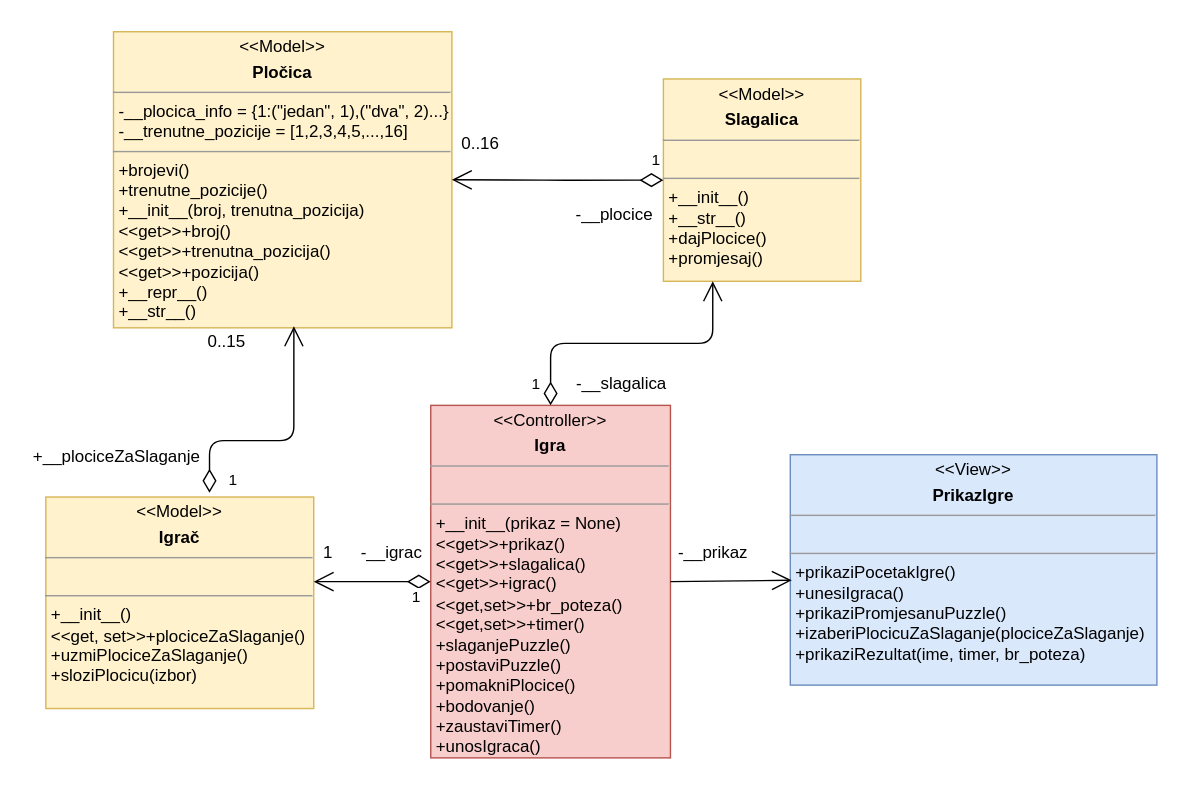
mmravak/Sliding-puzzle keeps this draw.io diagram as page "dijagramKlasaModelPogledKontroler" (7 of 9) of dijagram.drawio. Above is the earlier version. Source tidied: cells renumbered, new cells numbered last; positions are measured from the earlier drawing's top-left corner, leaving out a move shared by most shapes. Both pictures are drawn from the tidied source at 141%, with x=0, y=0 at pixel (24, 31).
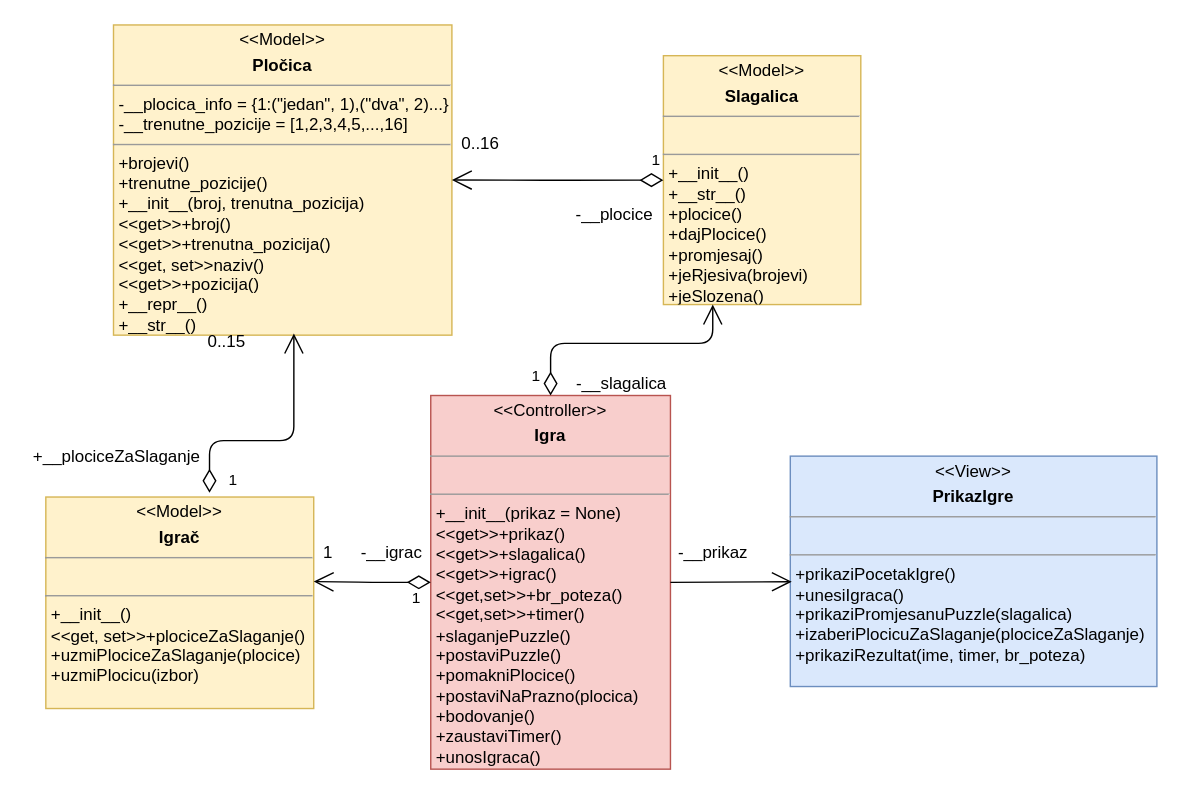
The same diagram, later.

Diff of the diagram source:
```diff
@@
-    <mxCell id="2" value="&lt;p style=&quot;margin: 0px ; margin-top: 4px ; text-align: center&quot;&gt;&amp;lt;&amp;lt;Model&amp;gt;&amp;gt;&lt;/p&gt;&lt;p style=&quot;margin: 0px ; margin-top: 4px ; text-align: center&quot;&gt;&lt;b&gt;Pločica&lt;/b&gt;&lt;/p&gt;&lt;hr size=&quot;1&quot;&gt;&lt;p style=&quot;margin: 0px ; margin-left: 4px&quot;&gt;-__plocica_info = {1:(&quot;jedan&quot;, 1),(&quot;dva&quot;, 2)...}&lt;/p&gt;&lt;p style=&quot;margin: 0px ; margin-left: 4px&quot;&gt;-__trenutne_pozicije = [1,2,3,4,5,...,16]&lt;/p&gt;&lt;hr size=&quot;1&quot;&gt;&lt;p style=&quot;margin: 0px ; margin-left: 4px&quot;&gt;+brojevi()&lt;/p&gt;&lt;p style=&quot;margin: 0px ; margin-left: 4px&quot;&gt;+trenutne_pozicije()&lt;/p&gt;&lt;p style=&quot;margin: 0px ; margin-left: 4px&quot;&gt;+__init__(broj, trenutna_pozicija)&lt;/p&gt;&lt;p style=&quot;margin: 0px ; margin-left: 4px&quot;&gt;&amp;lt;&amp;lt;get&amp;gt;&amp;gt;+broj()&lt;/p&gt;&lt;p style=&quot;margin: 0px ; margin-left: 4px&quot;&gt;&amp;lt;&amp;lt;get&amp;gt;&amp;gt;+trenutna_pozicija()&lt;/p&gt;&lt;p style=&quot;margin: 0px ; margin-left: 4px&quot;&gt;&amp;lt;&amp;lt;get&amp;gt;&amp;gt;+pozicija()&lt;/p&gt;&lt;p style=&quot;margin: 0px ; margin-left: 4px&quot;&gt;+__repr__()&lt;/p&gt;&lt;p style=&quot;margin: 0px ; margin-left: 4px&quot;&gt;+__str__()&lt;/p&gt;" style="verticalAlign=top;align=left;overflow=fill;fontSize=12;fontFamily=Helvetica;html=1;fillColor=#fff2cc;strokeColor=#d6b656;" parent="1" vertex="1">
-      <mxGeometry x="63" width="240" height="210" as="geometry" />
+    <mxCell id="2" value="&lt;p style=&quot;margin: 0px ; margin-top: 4px ; text-align: center&quot;&gt;&amp;lt;&amp;lt;Model&amp;gt;&amp;gt;&lt;/p&gt;&lt;p style=&quot;margin: 0px ; margin-top: 4px ; text-align: center&quot;&gt;&lt;b&gt;Pločica&lt;/b&gt;&lt;/p&gt;&lt;hr size=&quot;1&quot;&gt;&lt;p style=&quot;margin: 0px ; margin-left: 4px&quot;&gt;-__plocica_info = {1:(&quot;jedan&quot;, 1),(&quot;dva&quot;, 2)...}&lt;/p&gt;&lt;p style=&quot;margin: 0px ; margin-left: 4px&quot;&gt;-__trenutne_pozicije = [1,2,3,4,5,...,16]&lt;/p&gt;&lt;hr size=&quot;1&quot;&gt;&lt;p style=&quot;margin: 0px ; margin-left: 4px&quot;&gt;+brojevi()&lt;/p&gt;&lt;p style=&quot;margin: 0px ; margin-left: 4px&quot;&gt;+trenutne_pozicije()&lt;/p&gt;&lt;p style=&quot;margin: 0px ; margin-left: 4px&quot;&gt;+__init__(broj, trenutna_pozicija)&lt;/p&gt;&lt;p style=&quot;margin: 0px ; margin-left: 4px&quot;&gt;&amp;lt;&amp;lt;get&amp;gt;&amp;gt;+broj()&lt;/p&gt;&lt;p style=&quot;margin: 0px ; margin-left: 4px&quot;&gt;&amp;lt;&amp;lt;get&amp;gt;&amp;gt;+trenutna_pozicija()&lt;/p&gt;&lt;p style=&quot;margin: 0px ; margin-left: 4px&quot;&gt;&amp;lt;&amp;lt;get, set&amp;gt;&amp;gt;naziv()&lt;/p&gt;&lt;p style=&quot;margin: 0px ; margin-left: 4px&quot;&gt;&amp;lt;&amp;lt;get&amp;gt;&amp;gt;+pozicija()&lt;/p&gt;&lt;p style=&quot;margin: 0px ; margin-left: 4px&quot;&gt;+__repr__()&lt;/p&gt;&lt;p style=&quot;margin: 0px ; margin-left: 4px&quot;&gt;+__str__()&lt;/p&gt;" style="verticalAlign=top;align=left;overflow=fill;fontSize=12;fontFamily=Helvetica;html=1;fillColor=#fff2cc;strokeColor=#d6b656;" parent="1" vertex="1">
+      <mxGeometry x="63" y="-4.8" width="240" height="220" as="geometry" />
     </mxCell>
-    <mxCell id="3" value="&lt;p style=&quot;margin: 0px ; margin-top: 4px ; text-align: center&quot;&gt;&amp;lt;&amp;lt;Model&amp;gt;&amp;gt;&lt;/p&gt;&lt;p style=&quot;margin: 0px ; margin-top: 4px ; text-align: center&quot;&gt;&lt;b&gt;Slagalica&lt;/b&gt;&lt;/p&gt;&lt;hr size=&quot;1&quot;&gt;&lt;p style=&quot;margin: 0px ; margin-left: 4px&quot;&gt;&lt;br&gt;&lt;/p&gt;&lt;hr size=&quot;1&quot;&gt;&lt;p style=&quot;margin: 0px ; margin-left: 4px&quot;&gt;&lt;span&gt;+__init__()&lt;/span&gt;&lt;/p&gt;&lt;p style=&quot;margin: 0px ; margin-left: 4px&quot;&gt;+__str__()&lt;/p&gt;&lt;p style=&quot;margin: 0px ; margin-left: 4px&quot;&gt;+dajPlocice()&lt;/p&gt;&lt;p style=&quot;margin: 0px ; margin-left: 4px&quot;&gt;+promjesaj()&lt;/p&gt;" style="verticalAlign=top;align=left;overflow=fill;fontSize=12;fontFamily=Helvetica;html=1;fillColor=#fff2cc;strokeColor=#d6b656;" parent="1" vertex="1">
-      <mxGeometry x="453" y="33.5" width="140" height="143.5" as="geometry" />
+    <mxCell id="3" value="&lt;p style=&quot;margin: 0px ; margin-top: 4px ; text-align: center&quot;&gt;&amp;lt;&amp;lt;Model&amp;gt;&amp;gt;&lt;/p&gt;&lt;p style=&quot;margin: 0px ; margin-top: 4px ; text-align: center&quot;&gt;&lt;b&gt;Slagalica&lt;/b&gt;&lt;/p&gt;&lt;hr size=&quot;1&quot;&gt;&lt;p style=&quot;margin: 0px ; margin-left: 4px&quot;&gt;&lt;br&gt;&lt;/p&gt;&lt;hr size=&quot;1&quot;&gt;&lt;p style=&quot;margin: 0px ; margin-left: 4px&quot;&gt;&lt;span&gt;+__init__()&lt;/span&gt;&lt;/p&gt;&lt;p style=&quot;margin: 0px ; margin-left: 4px&quot;&gt;+__str__()&lt;/p&gt;&lt;p style=&quot;margin: 0px ; margin-left: 4px&quot;&gt;+plocice()&lt;br&gt;&lt;/p&gt;&lt;p style=&quot;margin: 0px ; margin-left: 4px&quot;&gt;+dajPlocice()&lt;/p&gt;&lt;p style=&quot;margin: 0px ; margin-left: 4px&quot;&gt;+promjesaj()&lt;/p&gt;&lt;p style=&quot;margin: 0px ; margin-left: 4px&quot;&gt;+jeRjesiva(brojevi)&lt;/p&gt;&lt;p style=&quot;margin: 0px ; margin-left: 4px&quot;&gt;+jeSlozena()&lt;/p&gt;" style="verticalAlign=top;align=left;overflow=fill;fontSize=12;fontFamily=Helvetica;html=1;fillColor=#fff2cc;strokeColor=#d6b656;" parent="1" vertex="1">
+      <mxGeometry x="453" y="17" width="140" height="176.5" as="geometry" />
     </mxCell>
@@
-    <mxCell id="7" value="&lt;p style=&quot;margin: 0px ; margin-top: 4px ; text-align: center&quot;&gt;&amp;lt;&amp;lt;Model&amp;gt;&amp;gt;&lt;/p&gt;&lt;p style=&quot;margin: 0px ; margin-top: 4px ; text-align: center&quot;&gt;&lt;b&gt;Igrač&lt;/b&gt;&lt;/p&gt;&lt;hr size=&quot;1&quot;&gt;&lt;p style=&quot;margin: 0px ; margin-left: 4px&quot;&gt;&lt;br&gt;&lt;/p&gt;&lt;hr size=&quot;1&quot;&gt;&lt;p style=&quot;margin: 0px ; margin-left: 4px&quot;&gt;&lt;span&gt;+__init__()&lt;/span&gt;&lt;br&gt;&lt;/p&gt;&lt;p style=&quot;margin: 0px ; margin-left: 4px&quot;&gt;&amp;lt;&amp;lt;get, set&amp;gt;&amp;gt;+plociceZaSlaganje()&lt;/p&gt;&lt;p style=&quot;margin: 0px ; margin-left: 4px&quot;&gt;+uzmiPlociceZaSlaganje()&lt;/p&gt;&lt;p style=&quot;margin: 0px ; margin-left: 4px&quot;&gt;+sloziPlocicu(izbor)&lt;/p&gt;" style="verticalAlign=top;align=left;overflow=fill;fontSize=12;fontFamily=Helvetica;html=1;fillColor=#fff2cc;strokeColor=#d6b656;" parent="1" vertex="1">
+    <mxCell id="7" value="&lt;p style=&quot;margin: 0px ; margin-top: 4px ; text-align: center&quot;&gt;&amp;lt;&amp;lt;Model&amp;gt;&amp;gt;&lt;/p&gt;&lt;p style=&quot;margin: 0px ; margin-top: 4px ; text-align: center&quot;&gt;&lt;b&gt;Igrač&lt;/b&gt;&lt;/p&gt;&lt;hr size=&quot;1&quot;&gt;&lt;p style=&quot;margin: 0px ; margin-left: 4px&quot;&gt;&lt;br&gt;&lt;/p&gt;&lt;hr size=&quot;1&quot;&gt;&lt;p style=&quot;margin: 0px ; margin-left: 4px&quot;&gt;&lt;span&gt;+__init__()&lt;/span&gt;&lt;br&gt;&lt;/p&gt;&lt;p style=&quot;margin: 0px ; margin-left: 4px&quot;&gt;&amp;lt;&amp;lt;get, set&amp;gt;&amp;gt;+plociceZaSlaganje()&lt;/p&gt;&lt;p style=&quot;margin: 0px ; margin-left: 4px&quot;&gt;+uzmiPlociceZaSlaganje(plocice&lt;span&gt;)&lt;/span&gt;&lt;/p&gt;&lt;p style=&quot;margin: 0px ; margin-left: 4px&quot;&gt;+uzmiPlocicu(izbor)&lt;/p&gt;" style="verticalAlign=top;align=left;overflow=fill;fontSize=12;fontFamily=Helvetica;html=1;fillColor=#fff2cc;strokeColor=#d6b656;" parent="1" vertex="1">
       <mxGeometry x="15" y="330" width="190" height="150" as="geometry" />
     </mxCell>
@@
-    <mxCell id="10" value="&lt;p style=&quot;margin: 0px ; margin-top: 4px ; text-align: center&quot;&gt;&amp;lt;&amp;lt;Controller&amp;gt;&amp;gt;&lt;/p&gt;&lt;p style=&quot;margin: 0px ; margin-top: 4px ; text-align: center&quot;&gt;&lt;b&gt;Igra&lt;/b&gt;&lt;/p&gt;&lt;hr size=&quot;1&quot;&gt;&lt;p style=&quot;margin: 0px ; margin-left: 4px&quot;&gt;&lt;br&gt;&lt;/p&gt;&lt;hr size=&quot;1&quot;&gt;&lt;p style=&quot;margin: 0px ; margin-left: 4px&quot;&gt;&lt;span&gt;+__init__(prikaz = None)&lt;/span&gt;&lt;/p&gt;&lt;p style=&quot;margin: 0px ; margin-left: 4px&quot;&gt;&amp;lt;&amp;lt;get&amp;gt;&amp;gt;+prikaz()&lt;/p&gt;&lt;p style=&quot;margin: 0px ; margin-left: 4px&quot;&gt;&amp;lt;&amp;lt;get&amp;gt;&amp;gt;+slagalica()&lt;/p&gt;&lt;p style=&quot;margin: 0px ; margin-left: 4px&quot;&gt;&amp;lt;&amp;lt;get&amp;gt;&amp;gt;+igrac()&lt;/p&gt;&lt;p style=&quot;margin: 0px ; margin-left: 4px&quot;&gt;&amp;lt;&amp;lt;get,set&amp;gt;&amp;gt;+br_poteza()&lt;/p&gt;&lt;p style=&quot;margin: 0px ; margin-left: 4px&quot;&gt;&amp;lt;&amp;lt;get,set&amp;gt;&amp;gt;+timer()&lt;/p&gt;&lt;p style=&quot;margin: 0px ; margin-left: 4px&quot;&gt;+slaganjePuzzle()&lt;/p&gt;&lt;p style=&quot;margin: 0px ; margin-left: 4px&quot;&gt;+postaviPuzzle()&lt;/p&gt;&lt;p style=&quot;margin: 0px ; margin-left: 4px&quot;&gt;+pomakniPlocice()&lt;/p&gt;&lt;p style=&quot;margin: 0px ; margin-left: 4px&quot;&gt;+bodovanje()&lt;/p&gt;&lt;p style=&quot;margin: 0px ; margin-left: 4px&quot;&gt;+zaustaviTimer()&lt;/p&gt;&lt;p style=&quot;margin: 0px ; margin-left: 4px&quot;&gt;+unosIgraca()&lt;/p&gt;&lt;p style=&quot;margin: 0px ; margin-left: 4px&quot;&gt;&lt;br&gt;&lt;/p&gt;" style="verticalAlign=top;align=left;overflow=fill;fontSize=12;fontFamily=Helvetica;html=1;fillColor=#f8cecc;strokeColor=#b85450;" parent="1" vertex="1">
-      <mxGeometry x="288" y="265" width="170" height="250" as="geometry" />
+    <mxCell id="10" value="&lt;p style=&quot;margin: 0px ; margin-top: 4px ; text-align: center&quot;&gt;&amp;lt;&amp;lt;Controller&amp;gt;&amp;gt;&lt;/p&gt;&lt;p style=&quot;margin: 0px ; margin-top: 4px ; text-align: center&quot;&gt;&lt;b&gt;Igra&lt;/b&gt;&lt;/p&gt;&lt;hr size=&quot;1&quot;&gt;&lt;p style=&quot;margin: 0px ; margin-left: 4px&quot;&gt;&lt;br&gt;&lt;/p&gt;&lt;hr size=&quot;1&quot;&gt;&lt;p style=&quot;margin: 0px ; margin-left: 4px&quot;&gt;&lt;span&gt;+__init__(prikaz = None)&lt;/span&gt;&lt;/p&gt;&lt;p style=&quot;margin: 0px ; margin-left: 4px&quot;&gt;&amp;lt;&amp;lt;get&amp;gt;&amp;gt;+prikaz()&lt;/p&gt;&lt;p style=&quot;margin: 0px ; margin-left: 4px&quot;&gt;&amp;lt;&amp;lt;get&amp;gt;&amp;gt;+slagalica()&lt;/p&gt;&lt;p style=&quot;margin: 0px ; margin-left: 4px&quot;&gt;&amp;lt;&amp;lt;get&amp;gt;&amp;gt;+igrac()&lt;/p&gt;&lt;p style=&quot;margin: 0px ; margin-left: 4px&quot;&gt;&amp;lt;&amp;lt;get,set&amp;gt;&amp;gt;+br_poteza()&lt;/p&gt;&lt;p style=&quot;margin: 0px ; margin-left: 4px&quot;&gt;&amp;lt;&amp;lt;get,set&amp;gt;&amp;gt;+timer()&lt;/p&gt;&lt;p style=&quot;margin: 0px ; margin-left: 4px&quot;&gt;+slaganjePuzzle()&lt;/p&gt;&lt;p style=&quot;margin: 0px ; margin-left: 4px&quot;&gt;+postaviPuzzle()&lt;/p&gt;&lt;p style=&quot;margin: 0px ; margin-left: 4px&quot;&gt;+pomakniPlocice()&lt;/p&gt;&lt;p style=&quot;margin: 0px ; margin-left: 4px&quot;&gt;+postaviNaPrazno(plocica&lt;span&gt;)&lt;/span&gt;&lt;/p&gt;&lt;p style=&quot;margin: 0px ; margin-left: 4px&quot;&gt;+bodovanje()&lt;/p&gt;&lt;p style=&quot;margin: 0px ; margin-left: 4px&quot;&gt;+zaustaviTimer()&lt;/p&gt;&lt;p style=&quot;margin: 0px ; margin-left: 4px&quot;&gt;+unosIgraca()&lt;/p&gt;&lt;p style=&quot;margin: 0px ; margin-left: 4px&quot;&gt;&lt;br&gt;&lt;/p&gt;" style="verticalAlign=top;align=left;overflow=fill;fontSize=12;fontFamily=Helvetica;html=1;fillColor=#f8cecc;strokeColor=#b85450;" parent="1" vertex="1">
+      <mxGeometry x="288" y="258" width="170" height="265" as="geometry" />
     </mxCell>
-    <mxCell id="11" value="&lt;p style=&quot;margin: 0px ; margin-top: 4px ; text-align: center&quot;&gt;&amp;lt;&amp;lt;View&amp;gt;&amp;gt;&lt;/p&gt;&lt;p style=&quot;margin: 0px ; margin-top: 4px ; text-align: center&quot;&gt;&lt;b&gt;PrikazIgre&lt;/b&gt;&lt;/p&gt;&lt;hr size=&quot;1&quot;&gt;&lt;p style=&quot;margin: 0px ; margin-left: 4px&quot;&gt;&lt;br&gt;&lt;/p&gt;&lt;hr size=&quot;1&quot;&gt;&lt;p style=&quot;margin: 0px ; margin-left: 4px&quot;&gt;&lt;span&gt;+prikaziPocetakIgre()&lt;/span&gt;&lt;/p&gt;&lt;p style=&quot;margin: 0px ; margin-left: 4px&quot;&gt;+unesiIgraca()&lt;/p&gt;&lt;p style=&quot;margin: 0px ; margin-left: 4px&quot;&gt;+prikaziPromjesanuPuzzle()&lt;/p&gt;&lt;p style=&quot;margin: 0px ; margin-left: 4px&quot;&gt;+izaberiPlocicuZaSlaganje(plociceZaSlaganje)&lt;/p&gt;&lt;p style=&quot;margin: 0px ; margin-left: 4px&quot;&gt;+prikaziRezultat(ime, timer, br_poteza)&lt;/p&gt;" style="verticalAlign=top;align=left;overflow=fill;fontSize=12;fontFamily=Helvetica;html=1;fillColor=#dae8fc;strokeColor=#6c8ebf;" parent="1" vertex="1">
-      <mxGeometry x="543" y="300" width="260" height="163.4" as="geometry" />
+    <mxCell id="11" value="&lt;p style=&quot;margin: 0px ; margin-top: 4px ; text-align: center&quot;&gt;&amp;lt;&amp;lt;View&amp;gt;&amp;gt;&lt;/p&gt;&lt;p style=&quot;margin: 0px ; margin-top: 4px ; text-align: center&quot;&gt;&lt;b&gt;PrikazIgre&lt;/b&gt;&lt;/p&gt;&lt;hr size=&quot;1&quot;&gt;&lt;p style=&quot;margin: 0px ; margin-left: 4px&quot;&gt;&lt;br&gt;&lt;/p&gt;&lt;hr size=&quot;1&quot;&gt;&lt;p style=&quot;margin: 0px ; margin-left: 4px&quot;&gt;&lt;span&gt;+prikaziPocetakIgre()&lt;/span&gt;&lt;/p&gt;&lt;p style=&quot;margin: 0px ; margin-left: 4px&quot;&gt;+unesiIgraca()&lt;/p&gt;&lt;p style=&quot;margin: 0px ; margin-left: 4px&quot;&gt;+prikaziPromjesanuPuzzle(slagalica)&lt;/p&gt;&lt;p style=&quot;margin: 0px ; margin-left: 4px&quot;&gt;+izaberiPlocicuZaSlaganje(plociceZaSlaganje)&lt;/p&gt;&lt;p style=&quot;margin: 0px ; margin-left: 4px&quot;&gt;+prikaziRezultat(ime, timer, br_poteza)&lt;/p&gt;" style="verticalAlign=top;align=left;overflow=fill;fontSize=12;fontFamily=Helvetica;html=1;fillColor=#dae8fc;strokeColor=#6c8ebf;" parent="1" vertex="1">
+      <mxGeometry x="543" y="301" width="260" height="163.4" as="geometry" />
     </mxCell>
```
